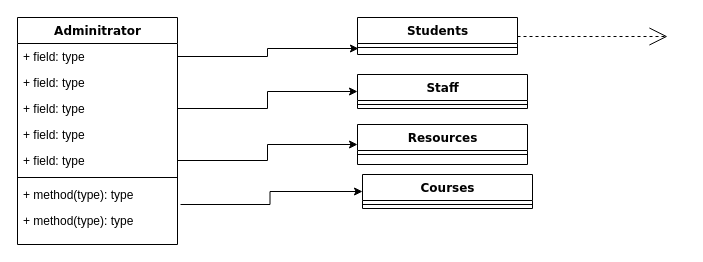
Above: extra/Untitled Diagram.drawio in Laxman67/SchoolCool (draw.io), before the change. Source tidied: cells renumbered, new cells numbered last; positions are measured from the earlier drawing's top-left corner, leaving out a move shared by most shapes. Both pictures are drawn from the tidied source at 100%, with x=0, y=0 at pixel (17, 17).
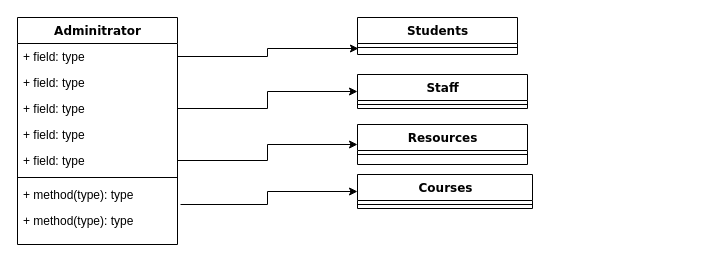
After the change.

The change refers to these unchanged cells:
```xml
<mxCell id="12" value="Students" style="swimlane;html=1;fontStyle=1;align=center;verticalAlign=top;horizontal=1;startSize=26;swimlaneFillColor=#ffffff;rounded=0;shadow=0;comic=0;labelBackgroundColor=none;strokeWidth=1;fillColor=none;fontFamily=Verdana;fontSize=12;" parent="1" vertex="1">
  <mxGeometry x="340" width="160" height="37" as="geometry" />
</mxCell>
```

Diff of the diagram source:
```diff
@@
-    <mxCell id="11" style="edgeStyle=elbowEdgeStyle;html=1;labelBackgroundColor=none;startFill=0;startSize=8;endArrow=open;endFill=0;endSize=16;fontFamily=Verdana;fontSize=12;elbow=vertical;dashed=1;" parent="1" edge="1" source="12">
-      <mxGeometry relative="1" as="geometry">
-        <mxPoint x="650" y="19" as="targetPoint" />
-      </mxGeometry>
-    </mxCell>
@@
     <mxCell id="21" value="Courses" style="swimlane;html=1;fontStyle=1;align=center;verticalAlign=top;horizontal=1;startSize=26;swimlaneFillColor=#ffffff;rounded=0;shadow=0;comic=0;labelBackgroundColor=none;strokeWidth=1;fillColor=none;fontFamily=Verdana;fontSize=12;" parent="1" vertex="1">
-      <mxGeometry x="345" y="157" width="170" height="34" as="geometry" />
+      <mxGeometry x="340" y="157" width="175" height="34" as="geometry" />
     </mxCell>
     <mxCell id="22" style="line;html=1;strokeWidth=1;fillColor=none;align=left;verticalAlign=middle;spacingTop=-1;spacingLeft=3;spacingRight=3;labelPosition=right;" parent="21" vertex="1">
-      <mxGeometry y="26" width="170" height="8" as="geometry" />
+      <mxGeometry y="26" width="175" height="8" as="geometry" />
     </mxCell>
```
